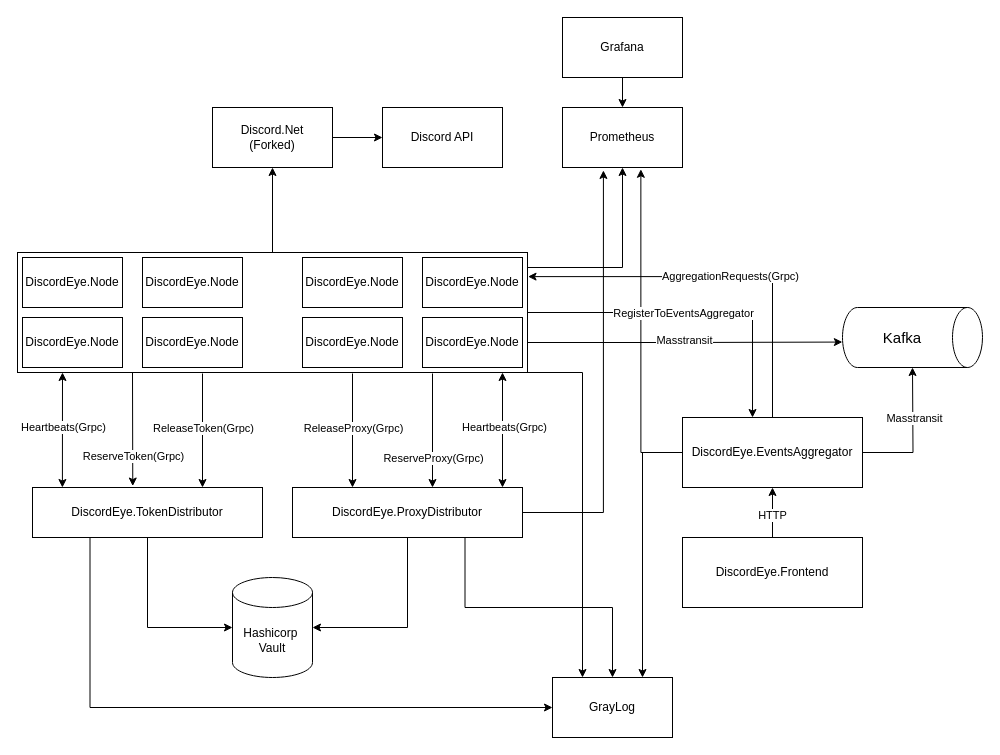
The draw.io diagram DiscordEye.Scheme.drawio in 7645re/DiscordEye, before the edit. Source tidied: cells renumbered, new cells numbered last; positions are measured from the earlier drawing's top-left corner, leaving out a move shared by most shapes. Both pictures are drawn from the tidied source at 100%, with x=0, y=0 at pixel (17, 17).
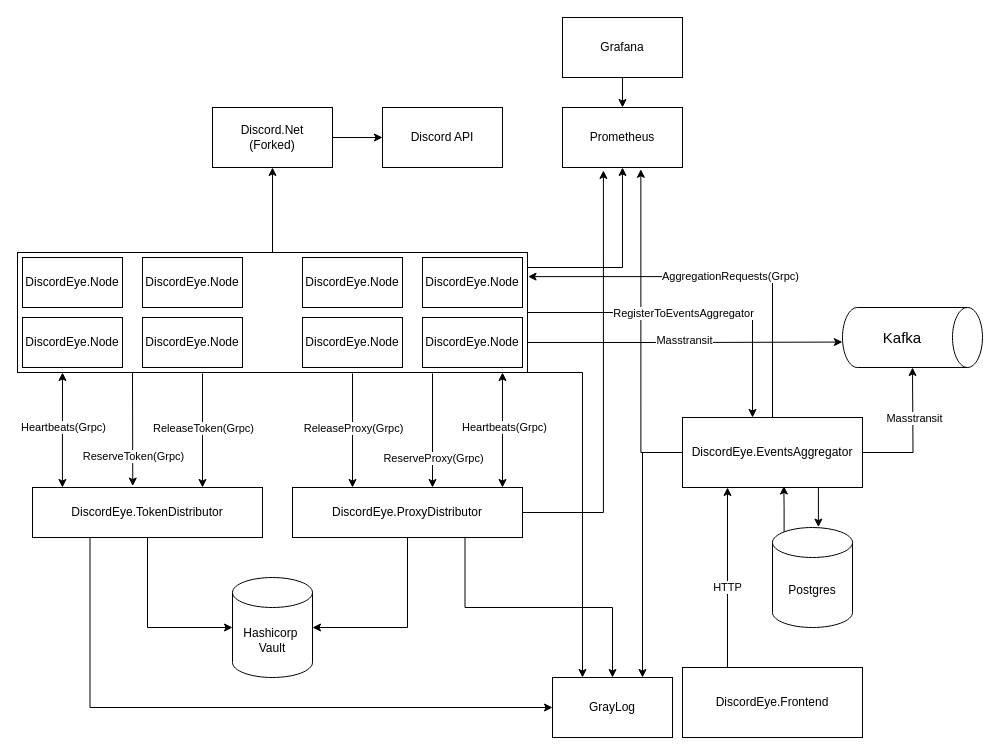
Above is the later version.

Unchanged cells that the change refers to:
```xml
<mxCell id="13" value="DiscordEye.EventsAggregator" style="rounded=0;whiteSpace=wrap;html=1;" parent="1" vertex="1">
  <mxGeometry x="665" y="400" width="180" height="70" as="geometry" />
</mxCell>
```

The edit, as a diff of the source:
```diff
@@
-    <mxCell id="16" style="edgeStyle=orthogonalEdgeStyle;rounded=0;jettySize=auto;html=1;entryX=0.5;entryY=1;entryDx=0;entryDy=0;" parent="1" edge="1" source="18" target="13">
+    <mxCell id="16" style="edgeStyle=orthogonalEdgeStyle;rounded=0;jettySize=auto;html=1;entryX=0.25;entryY=1;entryDx=0;entryDy=0;exitX=0.25;exitY=0;exitDx=0;exitDy=0;" parent="1" edge="1" source="18" target="13">
       <mxGeometry relative="1" as="geometry" />
     </mxCell>
@@
     <mxCell id="18" value="DiscordEye.Frontend" style="rounded=0;whiteSpace=wrap;html=1;" parent="1" vertex="1">
-      <mxGeometry x="665" y="520" width="180" height="70" as="geometry" />
+      <mxGeometry x="665" y="650" width="180" height="70" as="geometry" />
     </mxCell>
@@
+    <mxCell id="59" value="Postgres" style="shape=cylinder3;whiteSpace=wrap;html=1;boundedLbl=1;backgroundOutline=1;size=15;" parent="1" vertex="1">
+      <mxGeometry x="755" y="510" width="80" height="100" as="geometry" />
+    </mxCell>
+    <mxCell id="60" style="edgeStyle=orthogonalEdgeStyle;rounded=0;jettySize=auto;html=1;exitX=0.145;exitY=0;exitDx=0;exitDy=4.35;exitPerimeter=0;entryX=0.563;entryY=0.979;entryDx=0;entryDy=0;entryPerimeter=0;" parent="1" edge="1" source="59" target="13">
+      <mxGeometry relative="1" as="geometry" />
+    </mxCell>
+    <mxCell id="61" style="edgeStyle=orthogonalEdgeStyle;rounded=0;jettySize=auto;html=1;entryX=0.574;entryY=-0.004;entryDx=0;entryDy=0;entryPerimeter=0;exitX=0.778;exitY=1;exitDx=0;exitDy=0;exitPerimeter=0;" parent="1" edge="1" source="13" target="59">
+      <mxGeometry relative="1" as="geometry" />
+    </mxCell>
```
